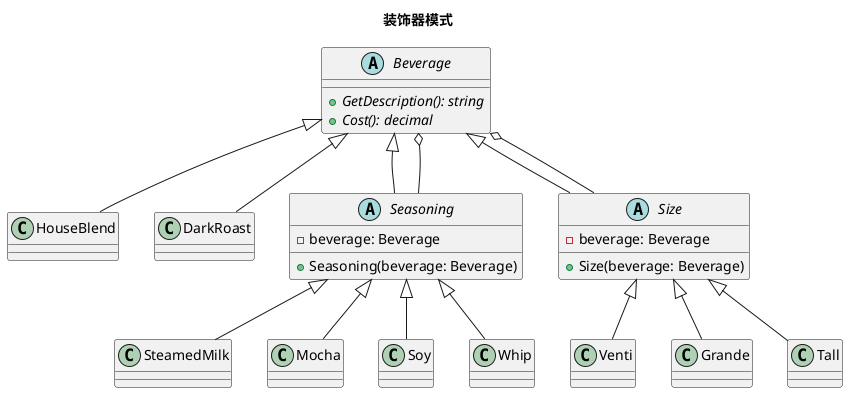
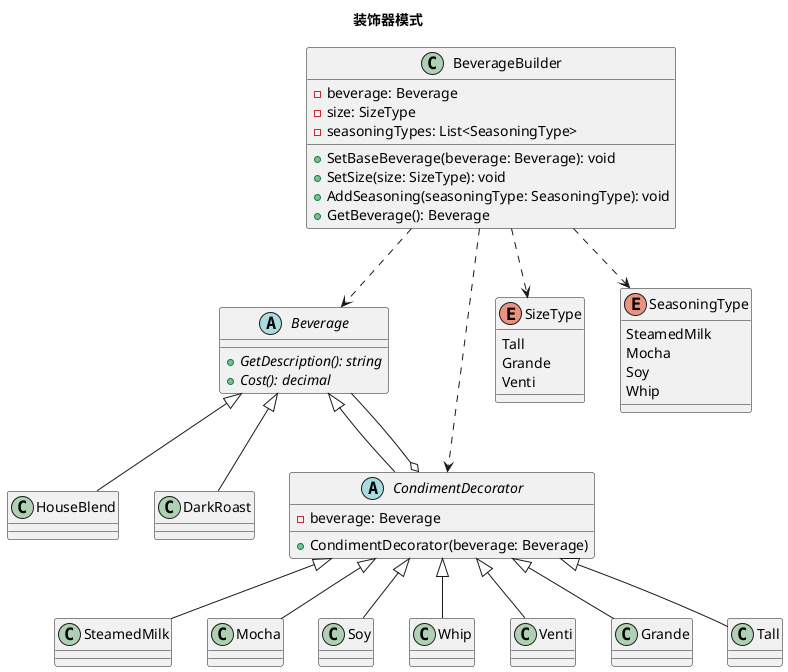
@startuml 装饰器模式
title 装饰器模式

' ==== 饮料
abstract class Beverage {
    + {abstract} GetDescription(): string
    + {abstract} Cost(): decimal
}

class HouseBlend extends Beverage {}

class DarkRoast extends Beverage {}

- ' ==== 调料
- abstract class Seasoning extends Beverage {
+ ' ==== 装饰
+ abstract class CondimentDecorator extends Beverage {
    - beverage: Beverage
-     + Seasoning(beverage: Beverage)
+     + CondimentDecorator(beverage: Beverage)
}

- class SteamedMilk extends Seasoning {}
- class Mocha extends Seasoning {}
- class Soy extends Seasoning {}
- class Whip extends Seasoning {}
+ ' 调料
+ class SteamedMilk extends CondimentDecorator {}
+ class Mocha extends CondimentDecorator {}
+ class Soy extends CondimentDecorator {}
+ class Whip extends CondimentDecorator {}

- ' === 容量
- abstract class Size extends Beverage {
+ ' 容量
+ class Venti extends CondimentDecorator {}
+ class Grande extends CondimentDecorator {}
+ class Tall extends CondimentDecorator {}
+ 
+ ' ==== 构建类
+ class BeverageBuilder {
    - beverage: Beverage
-     + Size(beverage: Beverage)
+     - size: SizeType
+     - seasoningTypes: List<SeasoningType>
+     + SetBaseBeverage(beverage: Beverage): void
+     + SetSize(size: SizeType): void
+     + AddSeasoning(seasoningType: SeasoningType): void
+     + GetBeverage(): Beverage
}
- class Venti extends Size {}
- class Grande extends Size {}
- class Tall extends Size {}

+ ' ==== 枚举
+ enum SizeType {
+     Tall
+     Grande
+     Venti
+ }
+ enum SeasoningType {
+     SteamedMilk
+     Mocha
+     Soy
+     Whip
+ }

' ==== 关系
- Seasoning --o Beverage
- Size --o Beverage
+ CondimentDecorator o-- Beverage
+ BeverageBuilder ..> Beverage
+ BeverageBuilder ..> CondimentDecorator
+ BeverageBuilder ..> SizeType
+ BeverageBuilder ..> SeasoningType

@enduml